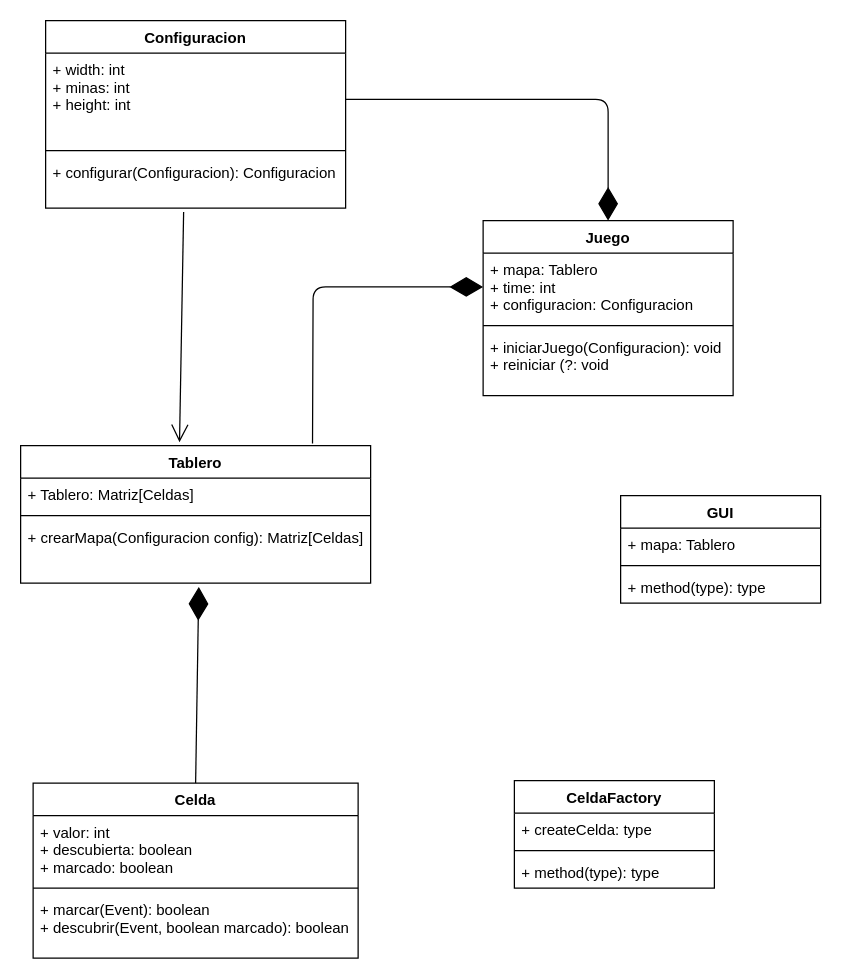
Before: diagramaDeClases.drawio in Paskiben/Tarea-INFO229, a draw.io diagram. Source tidied: cells renumbered, new cells numbered last; positions are measured from the earlier drawing's top-left corner, leaving out a move shared by most shapes. Both pictures are drawn from the tidied source at 125%, with x=0, y=0 at pixel (20, 20).
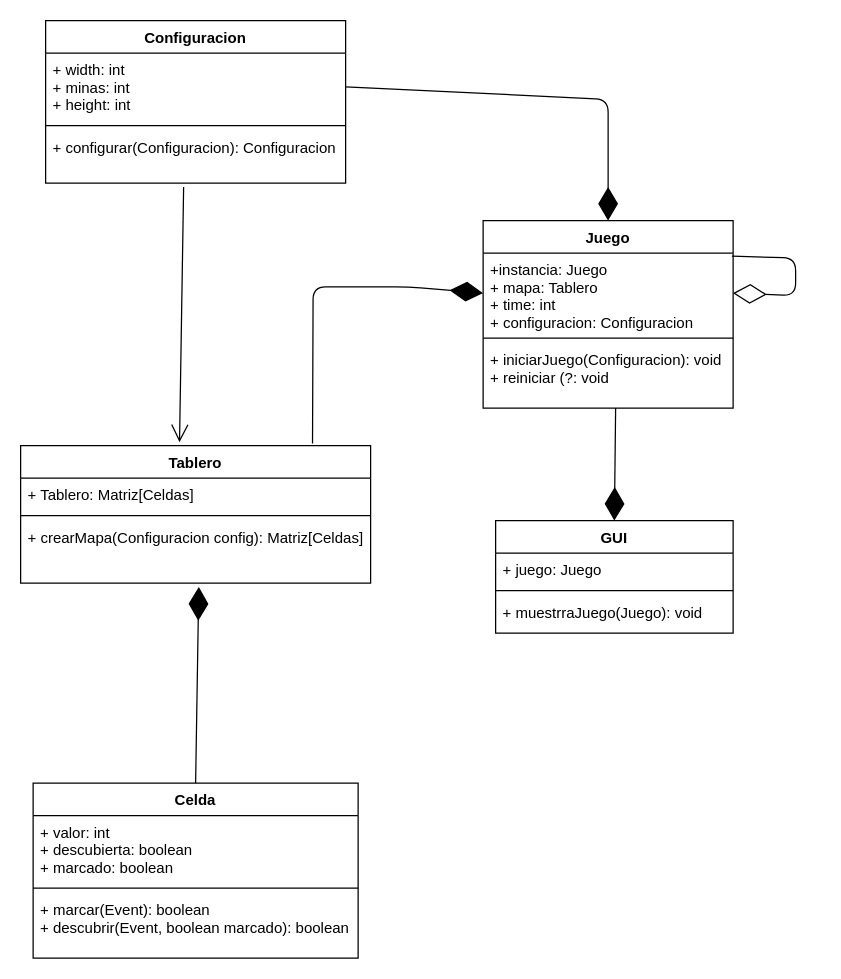
The same diagram, later.

Commit message (it also covers changes not shown here):
TErminado diagrama de clases, componentes y despliegue

What changed in the source:
```diff
@@
     <mxCell id="6" value="GUI" style="swimlane;fontStyle=1;align=center;verticalAlign=top;horizontal=1;startSize=26;" parent="1" vertex="1">
-      <mxGeometry x="480" y="380" width="160" height="86" as="geometry" />
+      <mxGeometry x="380" y="400" width="190" height="90" as="geometry" />
     </mxCell>
-    <mxCell id="7" value="+ mapa: Tablero" style="text;strokeColor=none;fillColor=none;align=left;verticalAlign=top;spacingLeft=4;spacingRight=4;overflow=hidden;" parent="6" vertex="1">
-      <mxGeometry y="26" width="160" height="26" as="geometry" />
+    <mxCell id="7" value="+ juego: Juego" style="text;strokeColor=none;fillColor=none;align=left;verticalAlign=top;spacingLeft=4;spacingRight=4;overflow=hidden;" parent="6" vertex="1">
+      <mxGeometry y="26" width="190" height="26" as="geometry" />
     </mxCell>
     <mxCell id="8" style="line;strokeWidth=1;fillColor=none;align=left;verticalAlign=middle;spacingTop=-1;spacingLeft=3;spacingRight=3;labelPosition=right;strokeColor=inherit;" parent="6" vertex="1">
-      <mxGeometry y="52" width="160" height="8" as="geometry" />
+      <mxGeometry y="52" width="190" height="8" as="geometry" />
     </mxCell>
-    <mxCell id="9" value="+ method(type): type" style="text;strokeColor=none;fillColor=none;align=left;verticalAlign=top;spacingLeft=4;spacingRight=4;overflow=hidden;" parent="6" vertex="1">
-      <mxGeometry y="60" width="160" height="26" as="geometry" />
+    <mxCell id="9" value="+ muestrraJuego(Juego): void" style="text;strokeColor=none;fillColor=none;align=left;verticalAlign=top;spacingLeft=4;spacingRight=4;overflow=hidden;" parent="6" vertex="1">
+      <mxGeometry y="60" width="190" height="30" as="geometry" />
     </mxCell>
     <mxCell id="10" value="Juego" style="swimlane;fontStyle=1;align=center;verticalAlign=top;horizontal=1;startSize=26;" parent="1" vertex="1">
-      <mxGeometry x="370" y="160" width="200" height="140" as="geometry" />
+      <mxGeometry x="370" y="160" width="200" height="150" as="geometry" />
     </mxCell>
+    <mxCell id="30" style="endArrow=diamondThin;endFill=0;endSize=24;html=1;entryX=1;entryY=0.5;entryDx=0;entryDy=0;exitX=0.995;exitY=0.037;exitDx=0;exitDy=0;exitPerimeter=0;" parent="10" edge="1" source="11" target="11">
+      <mxGeometry relative="1" as="geometry">
+        <Array as="points">
+          <mxPoint x="250" y="30" />
+          <mxPoint x="250" y="60" />
+        </Array>
+      </mxGeometry>
+    </mxCell>
-    <mxCell id="11" value="+ mapa: Tablero&#10;+ time: int&#10;+ configuracion: Configuracion" style="text;strokeColor=none;fillColor=none;align=left;verticalAlign=top;spacingLeft=4;spacingRight=4;overflow=hidden;points=[[0,0.5],[1,0.5]];portConstraint=eastwest;" parent="10" vertex="1">
-      <mxGeometry y="26" width="200" height="54" as="geometry" />
+    <mxCell id="11" value="+instancia: Juego&#10;+ mapa: Tablero&#10;+ time: int&#10;+ configuracion: Configuracion" style="text;strokeColor=none;fillColor=none;align=left;verticalAlign=top;spacingLeft=4;spacingRight=4;overflow=hidden;points=[[0,0.5],[1,0.5]];portConstraint=eastwest;" parent="10" vertex="1">
+      <mxGeometry y="26" width="200" height="64" as="geometry" />
     </mxCell>
     <mxCell id="12" style="line;strokeWidth=1;fillColor=none;align=left;verticalAlign=middle;spacingTop=-1;spacingLeft=3;spacingRight=3;labelPosition=right;strokeColor=inherit;" parent="10" vertex="1">
-      <mxGeometry y="80" width="200" height="8" as="geometry" />
+      <mxGeometry y="90" width="200" height="8" as="geometry" />
     </mxCell>
     <mxCell id="13" value="+ iniciarJuego(Configuracion): void&#10;+ reiniciar (?: void" style="text;strokeColor=none;fillColor=none;align=left;verticalAlign=top;spacingLeft=4;spacingRight=4;overflow=hidden;points=[[0,0.5],[1,0.5]];portConstraint=eastwest;" parent="10" vertex="1">
-      <mxGeometry y="88" width="200" height="52" as="geometry" />
+      <mxGeometry y="98" width="200" height="52" as="geometry" />
     </mxCell>
@@
     <mxCell id="18" value="Configuracion" style="swimlane;fontStyle=1;align=center;verticalAlign=top;horizontal=1;startSize=26;" parent="1" vertex="1">
-      <mxGeometry x="20" width="240" height="150" as="geometry" />
+      <mxGeometry x="20" width="240" height="130" as="geometry" />
     </mxCell>
     <mxCell id="19" value="+ width: int&#10;+ minas: int&#10;+ height: int" style="text;strokeColor=none;fillColor=none;align=left;verticalAlign=top;spacingLeft=4;spacingRight=4;overflow=hidden;points=[[0,0.5],[1,0.5]];portConstraint=eastwest;" parent="18" vertex="1">
-      <mxGeometry y="26" width="240" height="74" as="geometry" />
+      <mxGeometry y="26" width="240" height="54" as="geometry" />
     </mxCell>
     <mxCell id="20" style="line;strokeWidth=1;fillColor=none;align=left;verticalAlign=middle;spacingTop=-1;spacingLeft=3;spacingRight=3;labelPosition=right;strokeColor=inherit;" parent="18" vertex="1">
-      <mxGeometry y="100" width="240" height="8" as="geometry" />
+      <mxGeometry y="80" width="240" height="8" as="geometry" />
     </mxCell>
     <mxCell id="21" value="+ configurar(Configuracion): Configuracion" style="text;strokeColor=none;fillColor=none;align=left;verticalAlign=top;spacingLeft=4;spacingRight=4;overflow=hidden;points=[[0,0.5],[1,0.5]];portConstraint=eastwest;" parent="18" vertex="1">
-      <mxGeometry y="108" width="240" height="42" as="geometry" />
+      <mxGeometry y="88" width="240" height="42" as="geometry" />
     </mxCell>
@@
-    <mxCell id="26" value="CeldaFactory" style="swimlane;fontStyle=1;align=center;verticalAlign=top;horizontal=1;startSize=26;" parent="1" vertex="1">
-      <mxGeometry x="395" y="608" width="160" height="86" as="geometry" />
-    </mxCell>
-    <mxCell id="27" value="+ createCelda: type" style="text;strokeColor=none;fillColor=none;align=left;verticalAlign=top;spacingLeft=4;spacingRight=4;overflow=hidden;" parent="26" vertex="1">
-      <mxGeometry y="26" width="160" height="26" as="geometry" />
-    </mxCell>
-    <mxCell id="28" style="line;strokeWidth=1;fillColor=none;align=left;verticalAlign=middle;spacingTop=-1;spacingLeft=3;spacingRight=3;labelPosition=right;strokeColor=inherit;" parent="26" vertex="1">
-      <mxGeometry y="52" width="160" height="8" as="geometry" />
-    </mxCell>
-    <mxCell id="29" value="+ method(type): type" style="text;strokeColor=none;fillColor=none;align=left;verticalAlign=top;spacingLeft=4;spacingRight=4;overflow=hidden;" parent="26" vertex="1">
-      <mxGeometry y="60" width="160" height="26" as="geometry" />
-    </mxCell>
+    <mxCell id="31" style="endArrow=diamondThin;endFill=1;endSize=24;html=1;exitX=0.53;exitY=1;exitDx=0;exitDy=0;exitPerimeter=0;entryX=0.5;entryY=0;entryDx=0;entryDy=0;" parent="1" edge="1" source="13" target="6">
+      <mxGeometry relative="1" as="geometry" />
+    </mxCell>
```
